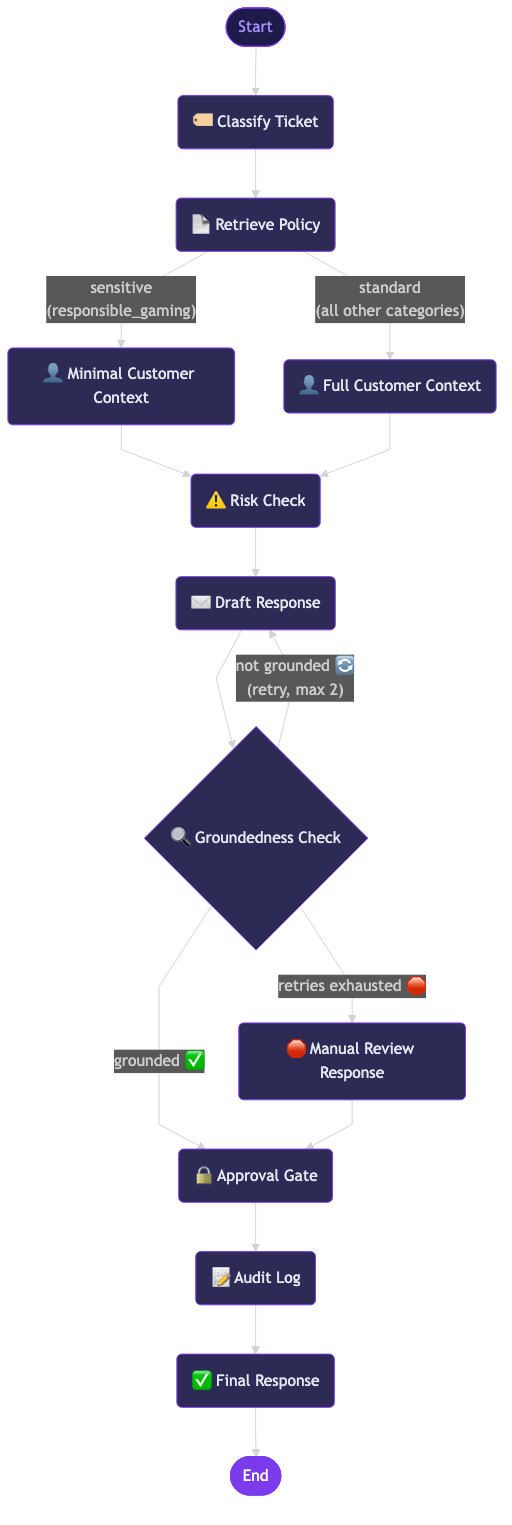
Above: docs/graph.png in robbyfa/customer-support-agent (Mermaid), before the change. Its source is kept beside it as docs/graph.mmd.
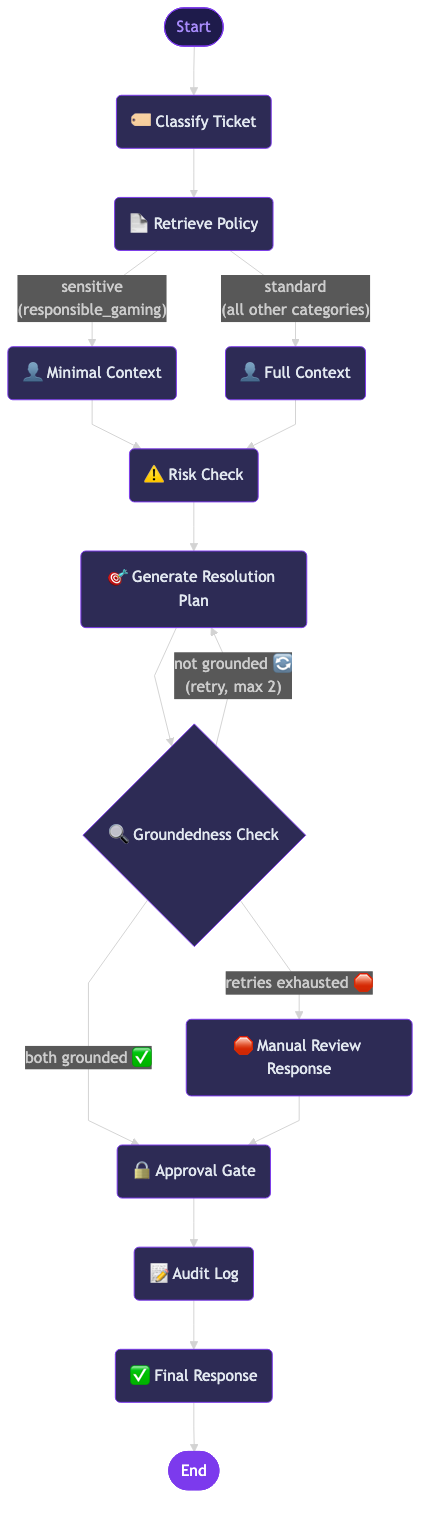
The same file after the commit.

Change to the diagram source:
```diff
@@ -8,10 +8,10 @@
 	__start__([Start]):::first
 	classify_ticket(🏷️ Classify Ticket)
 	retrieve_policy(📄 Retrieve Policy)
-	minimal_ctx(👤 Minimal Customer Context)
-	full_ctx(👤 Full Customer Context)
+	minimal_ctx(👤 Minimal Context)
+	full_ctx(👤 Full Context)
 	risk_check(⚠️ Risk Check)
-	draft_response(✉️ Draft Response)
+	resolution_plan(🎯 Generate Resolution Plan)
 	groundedness_check{🔍 Groundedness Check}
 	manual_review(🛑 Manual Review Response)
 	approval_gate(🔒 Approval Gate)
@@ -25,10 +25,10 @@
 	retrieve_policy -- "standard<br/>(all other categories)" --> full_ctx
 	minimal_ctx --> risk_check
 	full_ctx --> risk_check
-	risk_check --> draft_response
-	draft_response --> groundedness_check
-	groundedness_check -- "grounded ✅" --> approval_gate
-	groundedness_check -- "not grounded 🔄<br/>(retry, max 2)" --> draft_response
+	risk_check --> resolution_plan
+	resolution_plan --> groundedness_check
+	groundedness_check -- "both grounded ✅" --> approval_gate
+	groundedness_check -- "not grounded 🔄<br/>(retry, max 2)" --> resolution_plan
 	groundedness_check -- "retries exhausted 🛑" --> manual_review
 	manual_review --> approval_gate
 	approval_gate --> audit_log
```
